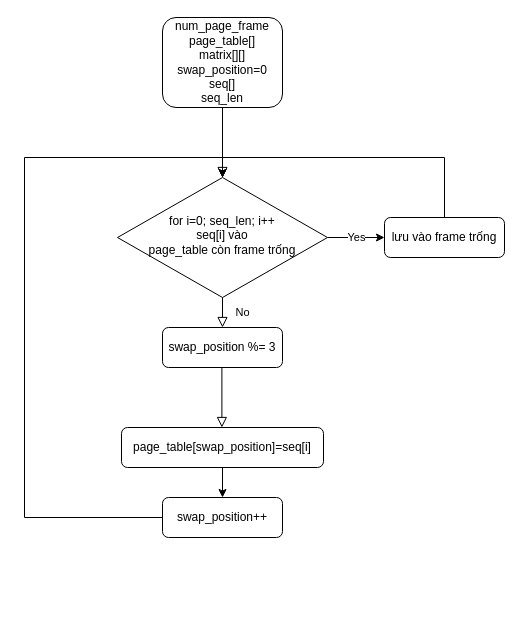
Above: Untitled Diagram.drawio in NhaDo/Note-Management (draw.io), before the change. Source tidied: cells renumbered, new cells numbered last; positions are measured from the earlier drawing's top-left corner, leaving out a move shared by most shapes. Both pictures are drawn from the tidied source at 100%, with x=0, y=0 at pixel (24, 17).
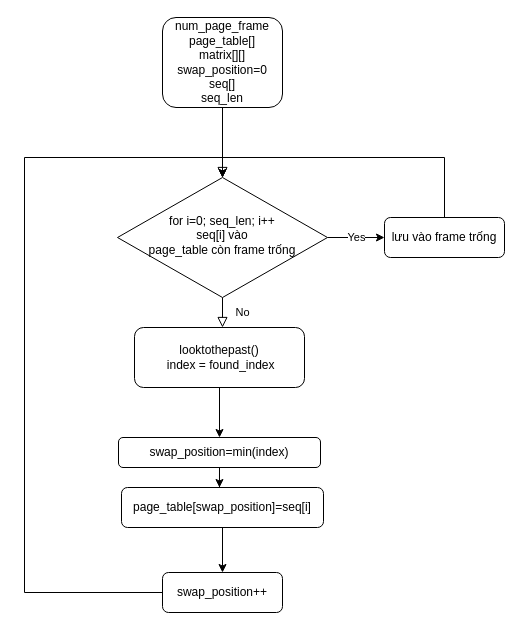
Above is the later version.

Unchanged cells that the change refers to:
```xml
<mxCell id="6" value="for i=0; seq_len; i++&lt;br&gt;seq[i] vào&lt;br&gt;page_table còn frame trống" style="rhombus;whiteSpace=wrap;html=1;shadow=0;fontFamily=Helvetica;fontSize=12;align=center;strokeWidth=1;spacing=6;spacingTop=-4;" parent="1" vertex="1">
  <mxGeometry x="93" y="160" width="210" height="120" as="geometry" />
</mxCell>
```

The edit, as a diff of the source:
```diff
@@
-    <mxCell id="9" style="rounded=0;html=1;jettySize=auto;orthogonalLoop=1;fontSize=11;endArrow=block;endFill=0;endSize=8;strokeWidth=1;shadow=0;labelBackgroundColor=none;edgeStyle=orthogonalEdgeStyle;" parent="1" edge="1">
-      <mxGeometry x="0.33" y="13" relative="1" as="geometry">
-        <mxPoint x="197.4" y="350" as="sourcePoint" />
-        <mxPoint x="197.4" y="410" as="targetPoint" />
-      </mxGeometry>
-    </mxCell>
+    <mxCell id="15" style="edgeStyle=orthogonalEdgeStyle;rounded=0;jettySize=auto;html=1;" parent="1" edge="1" source="10" target="17">
+      <mxGeometry relative="1" as="geometry" />
+    </mxCell>
-    <mxCell id="10" value="swap_position %= 3" style="rounded=1;whiteSpace=wrap;html=1;fontSize=12;glass=0;strokeWidth=1;shadow=0;" parent="1" vertex="1">
-      <mxGeometry x="138" y="310" width="120" height="40" as="geometry" />
+    <mxCell id="10" value="looktothepast()&lt;br&gt;&amp;nbsp;index = found_index" style="rounded=1;whiteSpace=wrap;html=1;fontSize=12;glass=0;strokeWidth=1;shadow=0;" parent="1" vertex="1">
+      <mxGeometry x="110" y="310" width="170" height="60" as="geometry" />
     </mxCell>
@@
     <mxCell id="12" value="page_table[swap_position]=seq[i]" style="rounded=1;whiteSpace=wrap;html=1;fontSize=12;glass=0;strokeWidth=1;shadow=0;" parent="1" vertex="1">
-      <mxGeometry x="97" y="410" width="202" height="40" as="geometry" />
+      <mxGeometry x="97" y="470" width="202" height="40" as="geometry" />
     </mxCell>
     <mxCell id="13" style="edgeStyle=orthogonalEdgeStyle;rounded=0;jettySize=auto;html=1;entryX=0.5;entryY=0;entryDx=0;entryDy=0;" parent="1" edge="1" source="14" target="6">
       <mxGeometry relative="1" as="geometry">
         <Array as="points">
-          <mxPoint y="500" />
+          <mxPoint y="575" />
           <mxPoint y="140" />
           <mxPoint x="198" y="140" />
         </Array>
       </mxGeometry>
     </mxCell>
     <mxCell id="14" value="swap_position++" style="rounded=1;whiteSpace=wrap;html=1;fontSize=12;glass=0;strokeWidth=1;shadow=0;" parent="1" vertex="1">
-      <mxGeometry x="138" y="480" width="120" height="40" as="geometry" />
+      <mxGeometry x="138" y="555" width="120" height="40" as="geometry" />
     </mxCell>
+    <mxCell id="16" style="edgeStyle=orthogonalEdgeStyle;rounded=0;jettySize=auto;html=1;entryX=0.485;entryY=0;entryDx=0;entryDy=0;entryPerimeter=0;" parent="1" edge="1" source="17" target="12">
+      <mxGeometry relative="1" as="geometry" />
+    </mxCell>
+    <mxCell id="17" value="swap_position=min(index)" style="rounded=1;whiteSpace=wrap;html=1;fontSize=12;glass=0;strokeWidth=1;shadow=0;" parent="1" vertex="1">
+      <mxGeometry x="94" y="420" width="202" height="30" as="geometry" />
+    </mxCell>
```
